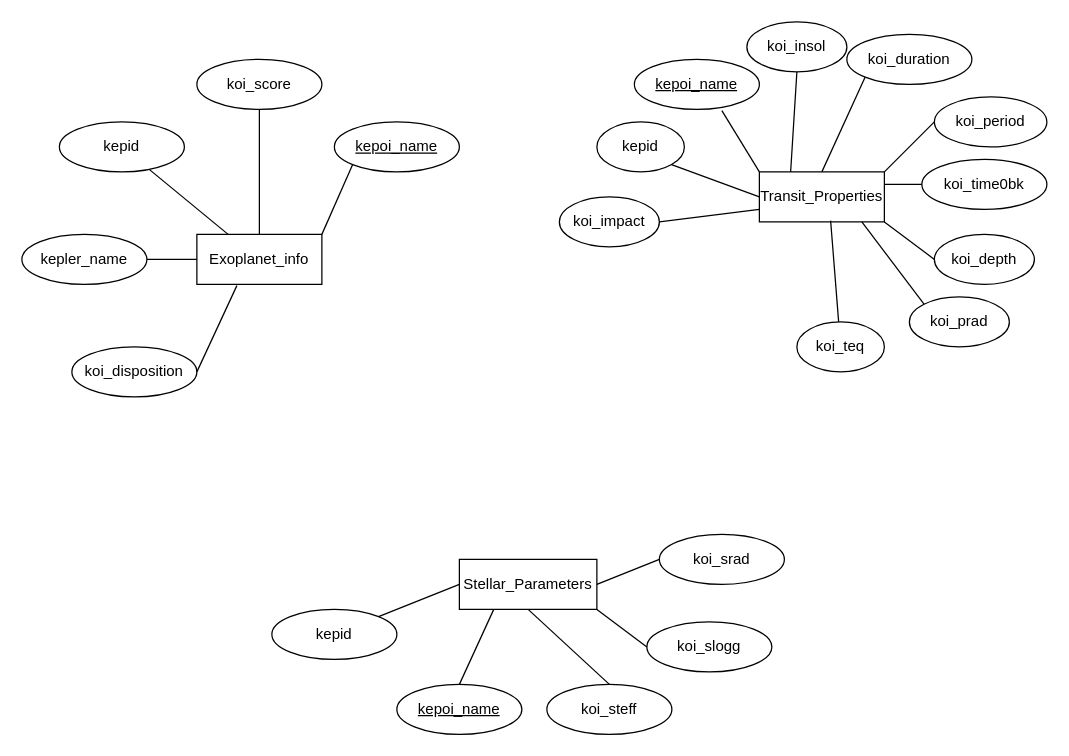
Above: 9.7_Mini_Project_ER_Diagram.drawio in derekbanks/5012_mini_project_kepler (draw.io), before the change. Source tidied: cells renumbered, new cells numbered last; positions are measured from the earlier drawing's top-left corner, leaving out a move shared by most shapes. Both pictures are drawn from the tidied source at 125%, with x=0, y=0 at pixel (21, 21).
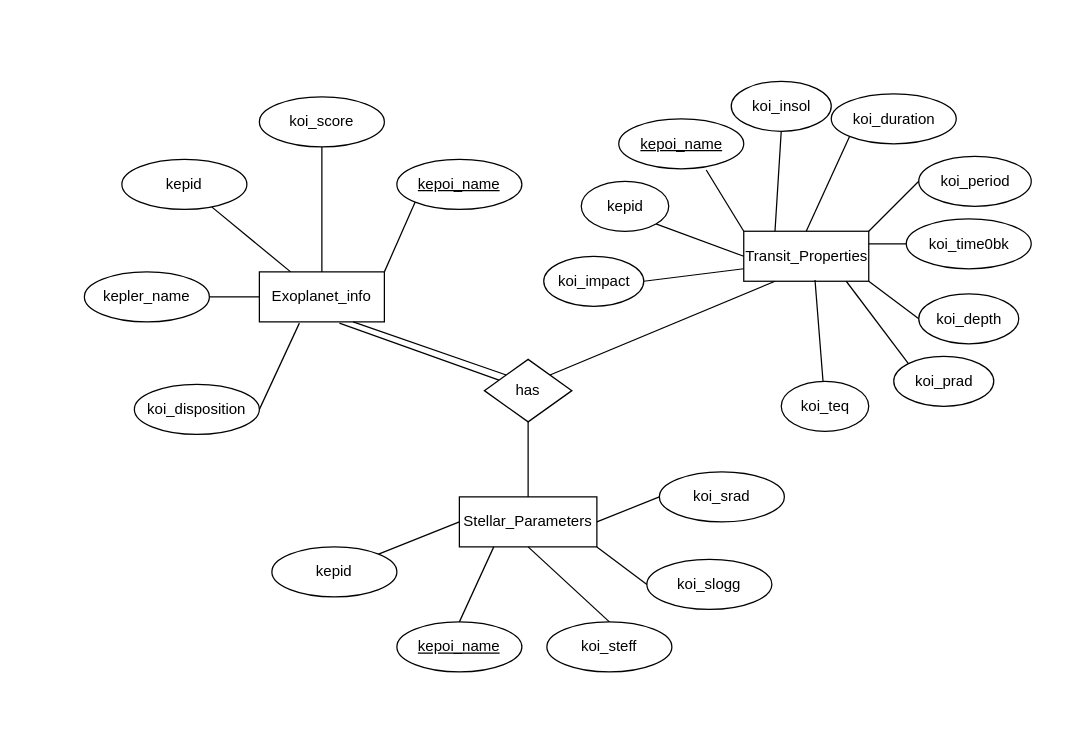
The same page after the edit.

Diff of the diagram source:
```diff
@@
     <mxCell id="2" value="Exoplanet_info" style="whiteSpace=wrap;html=1;align=center;" parent="1" vertex="1">
-      <mxGeometry x="140" y="170" width="100" height="40" as="geometry" />
+      <mxGeometry x="190" y="200" width="100" height="40" as="geometry" />
     </mxCell>
     <mxCell id="3" value="Transit_Properties" style="whiteSpace=wrap;html=1;align=center;" parent="1" vertex="1">
-      <mxGeometry x="590" y="120" width="100" height="40" as="geometry" />
+      <mxGeometry x="577.5" y="167.5" width="100" height="40" as="geometry" />
     </mxCell>
     <mxCell id="4" value="Stellar_Parameters" style="whiteSpace=wrap;html=1;align=center;" parent="1" vertex="1">
-      <mxGeometry x="350" y="430" width="110" height="40" as="geometry" />
+      <mxGeometry x="350" y="380" width="110" height="40" as="geometry" />
     </mxCell>
     <mxCell id="5" value="kepid" style="ellipse;whiteSpace=wrap;html=1;align=center;" parent="1" vertex="1">
-      <mxGeometry x="30" y="80" width="100" height="40" as="geometry" />
+      <mxGeometry x="80" y="110" width="100" height="40" as="geometry" />
     </mxCell>
     <mxCell id="6" value="kepler_name" style="ellipse;whiteSpace=wrap;html=1;align=center;" parent="1" vertex="1">
-      <mxGeometry y="170" width="100" height="40" as="geometry" />
+      <mxGeometry x="50" y="200" width="100" height="40" as="geometry" />
     </mxCell>
     <mxCell id="7" value="kepoi_name" style="ellipse;whiteSpace=wrap;html=1;align=center;fontStyle=4;" parent="1" vertex="1">
-      <mxGeometry x="250" y="80" width="100" height="40" as="geometry" />
+      <mxGeometry x="300" y="110" width="100" height="40" as="geometry" />
     </mxCell>
     <mxCell id="8" value="koi_disposition" style="ellipse;whiteSpace=wrap;html=1;align=center;" parent="1" vertex="1">
-      <mxGeometry x="40" y="260" width="100" height="40" as="geometry" />
+      <mxGeometry x="90" y="290" width="100" height="40" as="geometry" />
     </mxCell>
     <mxCell id="9" value="koi_score" style="ellipse;whiteSpace=wrap;html=1;align=center;" parent="1" vertex="1">
-      <mxGeometry x="140" y="30" width="100" height="40" as="geometry" />
+      <mxGeometry x="190" y="60" width="100" height="40" as="geometry" />
     </mxCell>
@@
     <mxCell id="15" value="kepid" style="ellipse;whiteSpace=wrap;html=1;align=center;" parent="1" vertex="1">
-      <mxGeometry x="460" y="80" width="70" height="40" as="geometry" />
+      <mxGeometry x="447.5" y="127.5" width="70" height="40" as="geometry" />
     </mxCell>
     <mxCell id="16" value="kepoi_name" style="ellipse;whiteSpace=wrap;html=1;align=center;fontStyle=4;" parent="1" vertex="1">
-      <mxGeometry x="490" y="30" width="100" height="40" as="geometry" />
+      <mxGeometry x="477.5" y="77.5" width="100" height="40" as="geometry" />
     </mxCell>
     <mxCell id="17" value="koi_period" style="ellipse;whiteSpace=wrap;html=1;align=center;" parent="1" vertex="1">
-      <mxGeometry x="730" y="60" width="90" height="40" as="geometry" />
+      <mxGeometry x="717.5" y="107.5" width="90" height="40" as="geometry" />
     </mxCell>
     <mxCell id="18" value="koi_time0bk" style="ellipse;whiteSpace=wrap;html=1;align=center;" parent="1" vertex="1">
-      <mxGeometry x="720" y="110" width="100" height="40" as="geometry" />
+      <mxGeometry x="707.5" y="157.5" width="100" height="40" as="geometry" />
     </mxCell>
     <mxCell id="19" value="koi_impact" style="ellipse;whiteSpace=wrap;html=1;align=center;" parent="1" vertex="1">
-      <mxGeometry x="430" y="140" width="80" height="40" as="geometry" />
+      <mxGeometry x="417.5" y="187.5" width="80" height="40" as="geometry" />
     </mxCell>
     <mxCell id="20" value="koi_duration" style="ellipse;whiteSpace=wrap;html=1;align=center;" parent="1" vertex="1">
-      <mxGeometry x="660" y="10" width="100" height="40" as="geometry" />
+      <mxGeometry x="647.5" y="57.5" width="100" height="40" as="geometry" />
     </mxCell>
     <mxCell id="21" value="koi_depth" style="ellipse;whiteSpace=wrap;html=1;align=center;" parent="1" vertex="1">
-      <mxGeometry x="730" y="170" width="80" height="40" as="geometry" />
+      <mxGeometry x="717.5" y="217.5" width="80" height="40" as="geometry" />
     </mxCell>
     <mxCell id="22" value="koi_prad" style="ellipse;whiteSpace=wrap;html=1;align=center;" parent="1" vertex="1">
-      <mxGeometry x="710" y="220" width="80" height="40" as="geometry" />
+      <mxGeometry x="697.5" y="267.5" width="80" height="40" as="geometry" />
     </mxCell>
     <mxCell id="23" value="koi_teq" style="ellipse;whiteSpace=wrap;html=1;align=center;" parent="1" vertex="1">
-      <mxGeometry x="620" y="240" width="70" height="40" as="geometry" />
+      <mxGeometry x="607.5" y="287.5" width="70" height="40" as="geometry" />
     </mxCell>
     <mxCell id="24" value="koi_insol" style="ellipse;whiteSpace=wrap;html=1;align=center;" parent="1" vertex="1">
-      <mxGeometry x="580" width="80" height="40" as="geometry" />
+      <mxGeometry x="567.5" y="47.5" width="80" height="40" as="geometry" />
     </mxCell>
@@
     <mxCell id="35" value="kepid" style="ellipse;whiteSpace=wrap;html=1;align=center;" parent="1" vertex="1">
-      <mxGeometry x="200" y="470" width="100" height="40" as="geometry" />
+      <mxGeometry x="200" y="420" width="100" height="40" as="geometry" />
     </mxCell>
     <mxCell id="36" value="kepoi_name" style="ellipse;whiteSpace=wrap;html=1;align=center;fontStyle=4;" parent="1" vertex="1">
-      <mxGeometry x="300" y="530" width="100" height="40" as="geometry" />
+      <mxGeometry x="300" y="480" width="100" height="40" as="geometry" />
     </mxCell>
     <mxCell id="37" value="koi_steff" style="ellipse;whiteSpace=wrap;html=1;align=center;" parent="1" vertex="1">
-      <mxGeometry x="420" y="530" width="100" height="40" as="geometry" />
+      <mxGeometry x="420" y="480" width="100" height="40" as="geometry" />
     </mxCell>
     <mxCell id="38" value="koi_slogg" style="ellipse;whiteSpace=wrap;html=1;align=center;" parent="1" vertex="1">
-      <mxGeometry x="500" y="480" width="100" height="40" as="geometry" />
+      <mxGeometry x="500" y="430" width="100" height="40" as="geometry" />
     </mxCell>
     <mxCell id="39" value="koi_srad" style="ellipse;whiteSpace=wrap;html=1;align=center;" parent="1" vertex="1">
-      <mxGeometry x="510" y="410" width="100" height="40" as="geometry" />
+      <mxGeometry x="510" y="360" width="100" height="40" as="geometry" />
     </mxCell>
@@
+    <mxCell id="45" value="has" style="shape=rhombus;perimeter=rhombusPerimeter;whiteSpace=wrap;html=1;align=center;" parent="1" vertex="1">
+      <mxGeometry x="370" y="270" width="70" height="50" as="geometry" />
+    </mxCell>
+    <mxCell id="46" style="endArrow=none;html=1;entryX=0.75;entryY=1;entryDx=0;entryDy=0;exitX=0;exitY=0;exitDx=0;exitDy=0;" parent="1" edge="1" source="45" target="2">
+      <mxGeometry relative="1" as="geometry" />
+    </mxCell>
+    <mxCell id="47" style="endArrow=none;html=1;exitX=0.5;exitY=1;exitDx=0;exitDy=0;entryX=0.5;entryY=0;entryDx=0;entryDy=0;" parent="1" edge="1" source="45" target="4">
+      <mxGeometry relative="1" as="geometry" />
+    </mxCell>
+    <mxCell id="48" style="endArrow=none;html=1;entryX=0.25;entryY=1;entryDx=0;entryDy=0;exitX=1;exitY=0;exitDx=0;exitDy=0;" parent="1" edge="1" source="45" target="3">
+      <mxGeometry relative="1" as="geometry" />
+    </mxCell>
+    <mxCell id="49" style="endArrow=none;html=1;entryX=0.64;entryY=1.025;entryDx=0;entryDy=0;entryPerimeter=0;" parent="1" edge="1" source="45" target="2">
+      <mxGeometry relative="1" as="geometry" />
+    </mxCell>
```
